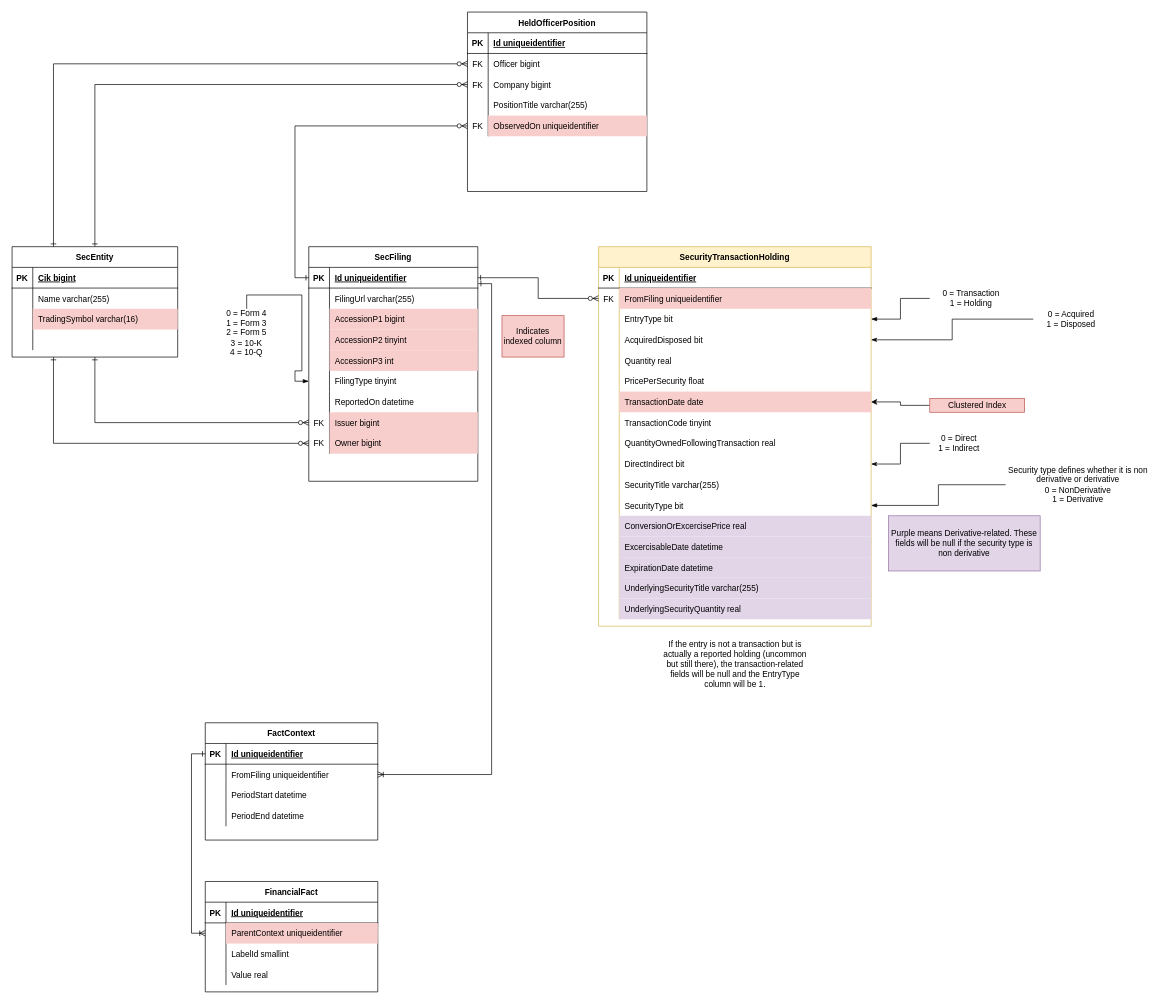
Earlier version of the draw.io diagram page "Filing-Derived" (1 of 3) of AletheiaErd.drawio (TimHanewich/Aletheia-Engine-Library). Source tidied: cells renumbered, new cells numbered last; positions are measured from the earlier drawing's top-left corner, leaving out a move shared by most shapes. Both pictures are drawn from the tidied source at 69%, with x=0, y=0 at pixel (12, 12).
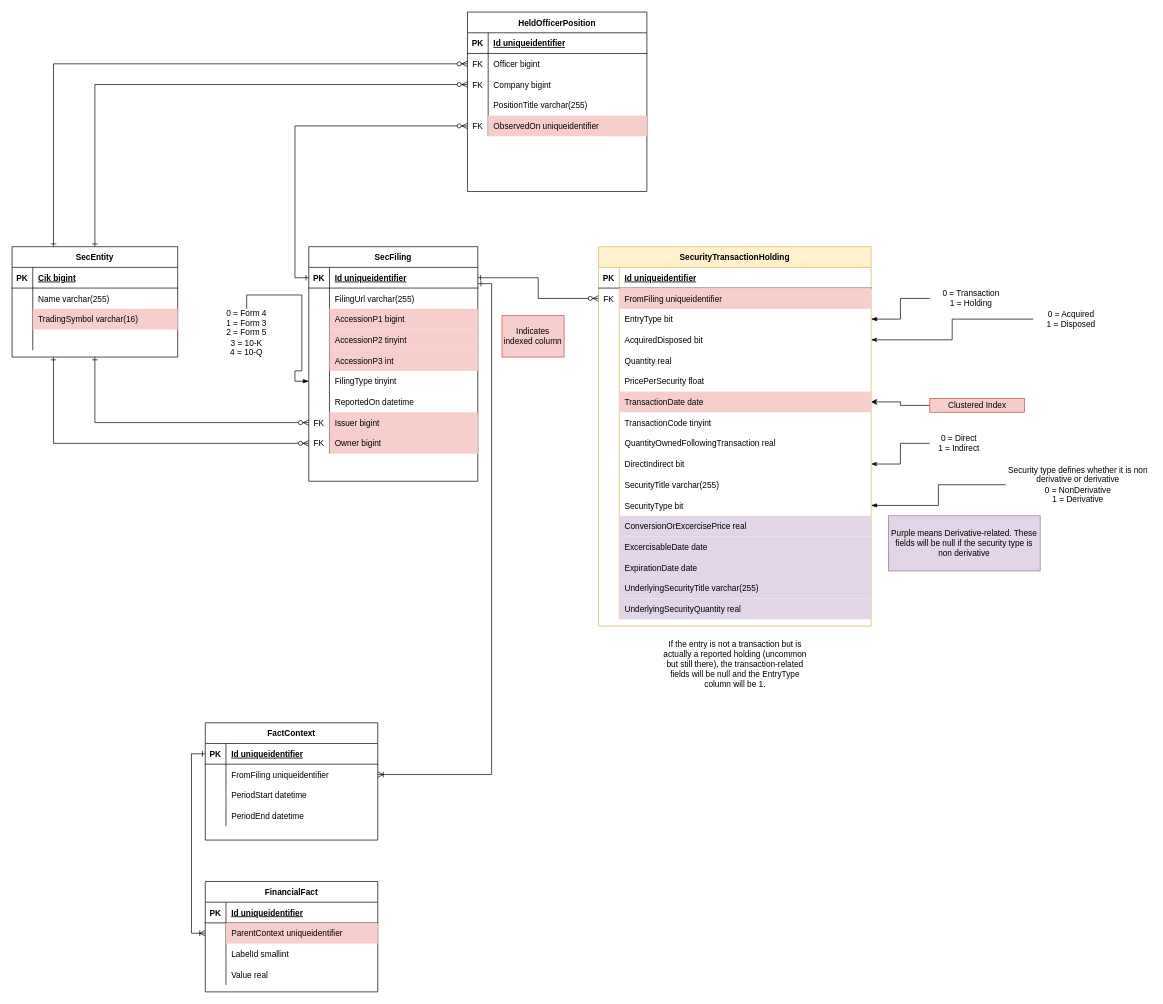
The same page after the edit.

Commit message (it also covers changes not shown here):
Made ExcercisableDate and ExpirationDate columns date columns in the ERD

The change refers to these unchanged cells:
```xml
<mxCell id="55" style="shape=partialRectangle;fillColor=none;top=0;left=0;bottom=0;right=0;" parent="15" vertex="1">
  <mxGeometry y="420" width="395" height="30" as="geometry" />
</mxCell>
<mxCell id="58" style="shape=partialRectangle;fillColor=none;top=0;left=0;bottom=0;right=0;" parent="15" vertex="1">
  <mxGeometry y="450" width="395" height="30" as="geometry" />
</mxCell>
```

Change to the diagram source:
```diff
@@
-    <mxCell id="57" value="ExcercisableDate datetime" style="shape=partialRectangle;fillColor=#e1d5e7;top=0;left=0;bottom=0;right=0;align=left;spacingLeft=6;overflow=hidden;strokeColor=#9673a6;" parent="55" vertex="1">
+    <mxCell id="57" value="ExcercisableDate date" style="shape=partialRectangle;fillColor=#e1d5e7;top=0;left=0;bottom=0;right=0;align=left;spacingLeft=6;overflow=hidden;strokeColor=#9673a6;" parent="55" vertex="1">
       <mxGeometry x="30" width="365" height="30" as="geometry" />
     </mxCell>
@@
-    <mxCell id="60" value="ExpirationDate datetime" style="shape=partialRectangle;fillColor=#e1d5e7;top=0;left=0;bottom=0;right=0;align=left;spacingLeft=6;overflow=hidden;strokeColor=#9673a6;" parent="58" vertex="1">
+    <mxCell id="60" value="ExpirationDate date" style="shape=partialRectangle;fillColor=#e1d5e7;top=0;left=0;bottom=0;right=0;align=left;spacingLeft=6;overflow=hidden;strokeColor=#9673a6;" parent="58" vertex="1">
       <mxGeometry x="30" width="365" height="30" as="geometry" />
     </mxCell>
```
